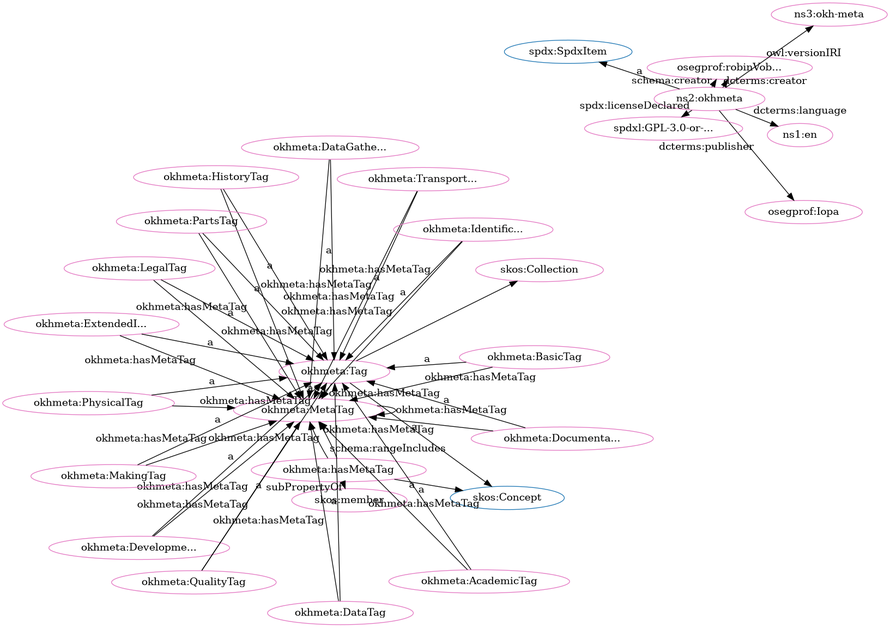
This is src/spec/fdp_okh-meta-clean.png from iop-alliance/OpenKnowHow, a Graphviz export, as it was before one commit. Its source is kept beside it as src/spec/fdp_okh-meta-clean.dot.
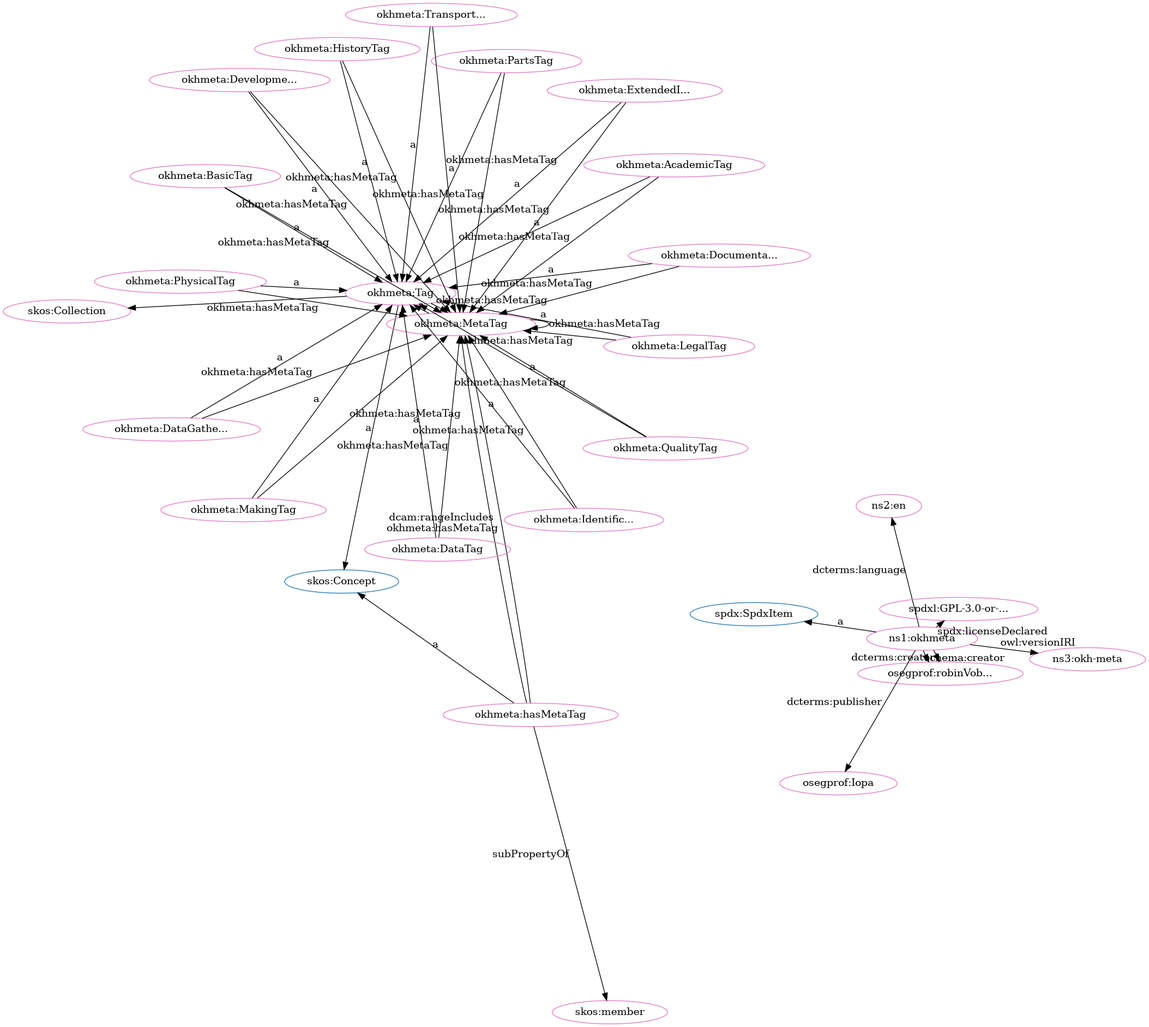
The same file after the commit.

What changed in the source:
```diff
@@ -2,80 +2,79 @@
   rankdir=BT
   node[height=.3]
 "http://w3id.org/oseg/ont/okhmeta#Tag" [fillcolor="#1f77b4" color="#1f77b4" label="okhmeta:Tag"]
+"http://www.w3.org/2004/02/skos/core#Collection" [fillcolor="#1f77b4" color="#1f77b4" label="skos:Collection"]
 "http://www.w3.org/2004/02/skos/core#Concept" [fillcolor="#1f77b4" color="#1f77b4" label="skos:Concept"]
-"http://w3id.org/oseg/ont/okhmeta#MetaTag" [fillcolor="#1f77b4" color="#1f77b4" label="okhmeta:MetaTag"]
 "http://spdx.org/rdf/terms#SpdxItem" [fillcolor="#1f77b4" color="#1f77b4" label="spdx:SpdxItem"]
-"http://www.w3.org/2004/02/skos/core#Collection" [fillcolor="#1f77b4" color="#1f77b4" label="skos:Collection"]
+"http://www.w3.org/2004/02/skos/core#Collection" [fillcolor="#e377c2" color="#e377c2" label="skos:Collection"]
+"http://w3id.org/oseg/ont/okhmeta#Tag" [fillcolor="#e377c2" color="#e377c2" label="okhmeta:Tag"]
+"http://w3id.org/oseg/ont/oseg-profiles#robinVobruba" [fillcolor="#e377c2" color="#e377c2" label="osegprof:robinVob..."]
+"http://w3id.org/oseg/ont/okhmeta#MetaTag" [fillcolor="#e377c2" color="#e377c2" label="okhmeta:MetaTag"]
+"http://w3id.org/oseg/ont/okhmeta#BasicTag" [fillcolor="#e377c2" color="#e377c2" label="okhmeta:BasicTag"]
+"http://w3id.org/oseg/ont/okhmeta#MakingTag" [fillcolor="#e377c2" color="#e377c2" label="okhmeta:MakingTag"]
+"http://w3id.org/oseg/ont/okhmeta#PhysicalTag" [fillcolor="#e377c2" color="#e377c2" label="okhmeta:PhysicalTag"]
+"http://w3id.org/oseg/ont/okhmeta#IdentificationTag" [fillcolor="#e377c2" color="#e377c2" label="okhmeta:Identific..."]
+"http://w3id.org/oseg/ont/okhmeta" [fillcolor="#e377c2" color="#e377c2" label="ns1:okhmeta"]
+"http://w3id.org/oseg/ont/okhmeta#hasMetaTag" [fillcolor="#e377c2" color="#e377c2" label="okhmeta:hasMetaTag"]
+"http://www.w3.org/2004/02/skos/core#member" [fillcolor="#e377c2" color="#e377c2" label="skos:member"]
+"http://w3id.org/oseg/ont/okhmeta#DataGatheringTag" [fillcolor="#e377c2" color="#e377c2" label="okhmeta:DataGathe..."]
 "http://w3id.org/oseg/ont/okhmeta#HistoryTag" [fillcolor="#e377c2" color="#e377c2" label="okhmeta:HistoryTag"]
-"http://w3id.org/oseg/ont/okhmeta#MetaTag" [fillcolor="#e377c2" color="#e377c2" label="okhmeta:MetaTag"]
-"http://www.w3.org/2004/02/skos/core#Collection" [fillcolor="#e377c2" color="#e377c2" label="skos:Collection"]
+"http://w3id.org/oseg/ont/okhmeta#DataTag" [fillcolor="#e377c2" color="#e377c2" label="okhmeta:DataTag"]
+"http://w3id.org/oseg/ont/okhmeta#PartsTag" [fillcolor="#e377c2" color="#e377c2" label="okhmeta:PartsTag"]
+"http://w3id.org/oseg/ont/okhmeta#DocumentationTag" [fillcolor="#e377c2" color="#e377c2" label="okhmeta:Documenta..."]
+"http://id.loc.gov/vocabulary/iso639-1/en" [fillcolor="#e377c2" color="#e377c2" label="ns2:en"]
+"http://w3id.org/oseg/ont/1.1.0/okh-meta" [fillcolor="#e377c2" color="#e377c2" label="ns3:okh-meta"]
+"http://w3id.org/oseg/ont/okhmeta#AcademicTag" [fillcolor="#e377c2" color="#e377c2" label="okhmeta:AcademicTag"]
+"http://spdx.org/licenses/GPL-3.0-or-later" [fillcolor="#e377c2" color="#e377c2" label="spdxl:GPL-3.0-or-..."]
+"http://w3id.org/oseg/ont/okhmeta#QualityTag" [fillcolor="#e377c2" color="#e377c2" label="okhmeta:QualityTag"]
 "http://w3id.org/oseg/ont/okhmeta#ExtendedInfoTag" [fillcolor="#e377c2" color="#e377c2" label="okhmeta:ExtendedI..."]
-"http://w3id.org/oseg/ont/okhmeta#Tag" [fillcolor="#e377c2" color="#e377c2" label="okhmeta:Tag"]
-"http://w3id.org/oseg/ont/okhmeta#hasMetaTag" [fillcolor="#e377c2" color="#e377c2" label="okhmeta:hasMetaTag"]
-"http://w3id.org/oseg/ont/okhmeta#DocumentationTag" [fillcolor="#e377c2" color="#e377c2" label="okhmeta:Documenta..."]
-"http://www.w3.org/2004/02/skos/core#member" [fillcolor="#e377c2" color="#e377c2" label="skos:member"]
-"http://w3id.org/oseg/ont/okhmeta#DataTag" [fillcolor="#e377c2" color="#e377c2" label="okhmeta:DataTag"]
+"http://w3id.org/oseg/ont/okhmeta#LegalTag" [fillcolor="#e377c2" color="#e377c2" label="okhmeta:LegalTag"]
 "http://w3id.org/oseg/ont/okhmeta#DevelopmentTag" [fillcolor="#e377c2" color="#e377c2" label="okhmeta:Developme..."]
 "http://w3id.org/oseg/ont/oseg-profiles#Iopa" [fillcolor="#e377c2" color="#e377c2" label="osegprof:Iopa"]
-"http://w3id.org/oseg/ont/okhmeta#LegalTag" [fillcolor="#e377c2" color="#e377c2" label="okhmeta:LegalTag"]
-"http://w3id.org/oseg/ont/okhmeta#DataGatheringTag" [fillcolor="#e377c2" color="#e377c2" label="okhmeta:DataGathe..."]
-"http://id.loc.gov/vocabulary/iso639-1/en" [fillcolor="#e377c2" color="#e377c2" label="ns1:en"]
 "http://w3id.org/oseg/ont/okhmeta#TransportationTag" [fillcolor="#e377c2" color="#e377c2" label="okhmeta:Transport..."]
-"http://w3id.org/oseg/ont/oseg-profiles#robinVobruba" [fillcolor="#e377c2" color="#e377c2" label="osegprof:robinVob..."]
-"http://w3id.org/oseg/ont/okhmeta" [fillcolor="#e377c2" color="#e377c2" label="ns2:okhmeta"]
-"http://w3id.org/oseg/ont/1.1.0/okh-meta" [fillcolor="#e377c2" color="#e377c2" label="ns3:okh-meta"]
-"http://w3id.org/oseg/ont/okhmeta#IdentificationTag" [fillcolor="#e377c2" color="#e377c2" label="okhmeta:Identific..."]
-"http://w3id.org/oseg/ont/okhmeta#MakingTag" [fillcolor="#e377c2" color="#e377c2" label="okhmeta:MakingTag"]
-"http://w3id.org/oseg/ont/okhmeta#AcademicTag" [fillcolor="#e377c2" color="#e377c2" label="okhmeta:AcademicTag"]
-"http://w3id.org/oseg/ont/okhmeta#PartsTag" [fillcolor="#e377c2" color="#e377c2" label="okhmeta:PartsTag"]
-"http://w3id.org/oseg/ont/okhmeta#PhysicalTag" [fillcolor="#e377c2" color="#e377c2" label="okhmeta:PhysicalTag"]
-"http://spdx.org/licenses/GPL-3.0-or-later" [fillcolor="#e377c2" color="#e377c2" label="spdxl:GPL-3.0-or-..."]
-"http://w3id.org/oseg/ont/okhmeta#BasicTag" [fillcolor="#e377c2" color="#e377c2" label="okhmeta:BasicTag"]
-"http://w3id.org/oseg/ont/okhmeta#QualityTag" [fillcolor="#e377c2" color="#e377c2" label="okhmeta:QualityTag"]
+  "http://w3id.org/oseg/ont/okhmeta#Tag" -> "http://www.w3.org/2004/02/skos/core#Collection" [label=""]
+  "http://w3id.org/oseg/ont/okhmeta#Tag" -> "http://www.w3.org/2004/02/skos/core#Concept" [label="a"]
+  "http://w3id.org/oseg/ont/okhmeta#MakingTag" -> "http://w3id.org/oseg/ont/okhmeta#MetaTag" [label="okhmeta:hasMetaTag"]
+  "http://w3id.org/oseg/ont/okhmeta#BasicTag" -> "http://w3id.org/oseg/ont/okhmeta#Tag" [label="a"]
+  "http://w3id.org/oseg/ont/okhmeta#AcademicTag" -> "http://w3id.org/oseg/ont/okhmeta#MetaTag" [label="okhmeta:hasMetaTag"]
+  "http://w3id.org/oseg/ont/okhmeta#PhysicalTag" -> "http://w3id.org/oseg/ont/okhmeta#Tag" [label="a"]
+  "http://w3id.org/oseg/ont/okhmeta#IdentificationTag" -> "http://w3id.org/oseg/ont/okhmeta#Tag" [label="a"]
+  "http://w3id.org/oseg/ont/okhmeta#MetaTag" -> "http://w3id.org/oseg/ont/okhmeta#MetaTag" [label="okhmeta:hasMetaTag"]
+  "http://w3id.org/oseg/ont/okhmeta#LegalTag" -> "http://w3id.org/oseg/ont/okhmeta#MetaTag" [label="okhmeta:hasMetaTag"]
+  "http://w3id.org/oseg/ont/okhmeta#hasMetaTag" -> "http://www.w3.org/2004/02/skos/core#member" [label="subPropertyOf"]
+  "http://w3id.org/oseg/ont/okhmeta#DataTag" -> "http://w3id.org/oseg/ont/okhmeta#MetaTag" [label="okhmeta:hasMetaTag"]
   "http://w3id.org/oseg/ont/okhmeta#HistoryTag" -> "http://w3id.org/oseg/ont/okhmeta#Tag" [label="a"]
+  "http://w3id.org/oseg/ont/okhmeta#DataTag" -> "http://w3id.org/oseg/ont/okhmeta#Tag" [label="a"]
+  "http://w3id.org/oseg/ont/okhmeta#hasMetaTag" -> "http://w3id.org/oseg/ont/okhmeta#MetaTag" [label="dcam:rangeIncludes"]
+  "http://w3id.org/oseg/ont/okhmeta#DocumentationTag" -> "http://w3id.org/oseg/ont/okhmeta#MetaTag" [label="okhmeta:hasMetaTag"]
+  "http://w3id.org/oseg/ont/okhmeta#BasicTag" -> "http://w3id.org/oseg/ont/okhmeta#MetaTag" [label="okhmeta:hasMetaTag"]
+  "http://w3id.org/oseg/ont/okhmeta" -> "http://id.loc.gov/vocabulary/iso639-1/en" [label="dcterms:language"]
+  "http://w3id.org/oseg/ont/okhmeta#PhysicalTag" -> "http://w3id.org/oseg/ont/okhmeta#MetaTag" [label="okhmeta:hasMetaTag"]
+  "http://w3id.org/oseg/ont/okhmeta" -> "http://spdx.org/licenses/GPL-3.0-or-later" [label="spdx:licenseDeclared"]
+  "http://w3id.org/oseg/ont/okhmeta#QualityTag" -> "http://w3id.org/oseg/ont/okhmeta#MetaTag" [label="okhmeta:hasMetaTag"]
+  "http://w3id.org/oseg/ont/okhmeta#hasMetaTag" -> "http://www.w3.org/2004/02/skos/core#Concept" [label="a"]
+  "http://w3id.org/oseg/ont/okhmeta#ExtendedInfoTag" -> "http://w3id.org/oseg/ont/okhmeta#Tag" [label="a"]
+  "http://w3id.org/oseg/ont/okhmeta" -> "http://spdx.org/rdf/terms#SpdxItem" [label="a"]
+  "http://w3id.org/oseg/ont/okhmeta#LegalTag" -> "http://w3id.org/oseg/ont/okhmeta#Tag" [label="a"]
+  "http://w3id.org/oseg/ont/okhmeta#DevelopmentTag" -> "http://w3id.org/oseg/ont/okhmeta#Tag" [label="a"]
+  "http://w3id.org/oseg/ont/okhmeta#TransportationTag" -> "http://w3id.org/oseg/ont/okhmeta#MetaTag" [label="okhmeta:hasMetaTag"]
+  "http://w3id.org/oseg/ont/okhmeta" -> "http://w3id.org/oseg/ont/oseg-profiles#robinVobruba" [label="dcterms:creator"]
+  "http://w3id.org/oseg/ont/okhmeta#MakingTag" -> "http://w3id.org/oseg/ont/okhmeta#Tag" [label="a"]
   "http://w3id.org/oseg/ont/okhmeta#Tag" -> "http://w3id.org/oseg/ont/okhmeta#MetaTag" [label="okhmeta:hasMetaTag"]
-  "http://w3id.org/oseg/ont/okhmeta#Tag" -> "http://www.w3.org/2004/02/skos/core#Collection" [label=""]
-  "http://w3id.org/oseg/ont/okhmeta#IdentificationTag" -> "http://w3id.org/oseg/ont/okhmeta#MetaTag" [label="okhmeta:hasMetaTag"]
-  "http://w3id.org/oseg/ont/okhmeta#Tag" -> "http://www.w3.org/2004/02/skos/core#Concept" [label="a"]
-  "http://w3id.org/oseg/ont/okhmeta#hasMetaTag" -> "http://www.w3.org/2004/02/skos/core#Concept" [label="a"]
+  "http://w3id.org/oseg/ont/okhmeta#DataGatheringTag" -> "http://w3id.org/oseg/ont/okhmeta#MetaTag" [label="okhmeta:hasMetaTag"]
+  "http://w3id.org/oseg/ont/okhmeta" -> "http://w3id.org/oseg/ont/oseg-profiles#robinVobruba" [label="schema:creator"]
+  "http://w3id.org/oseg/ont/okhmeta#HistoryTag" -> "http://w3id.org/oseg/ont/okhmeta#MetaTag" [label="okhmeta:hasMetaTag"]
+  "http://w3id.org/oseg/ont/okhmeta#DataGatheringTag" -> "http://w3id.org/oseg/ont/okhmeta#Tag" [label="a"]
   "http://w3id.org/oseg/ont/okhmeta#DevelopmentTag" -> "http://w3id.org/oseg/ont/okhmeta#MetaTag" [label="okhmeta:hasMetaTag"]
-  "http://w3id.org/oseg/ont/okhmeta#DevelopmentTag" -> "http://w3id.org/oseg/ont/okhmeta#Tag" [label="a"]
-  "http://w3id.org/oseg/ont/okhmeta#LegalTag" -> "http://w3id.org/oseg/ont/okhmeta#Tag" [label="a"]
-  "http://w3id.org/oseg/ont/okhmeta#TransportationTag" -> "http://w3id.org/oseg/ont/okhmeta#Tag" [label="a"]
-  "http://w3id.org/oseg/ont/okhmeta#QualityTag" -> "http://w3id.org/oseg/ont/okhmeta#MetaTag" [label="okhmeta:hasMetaTag"]
-  "http://w3id.org/oseg/ont/okhmeta#hasMetaTag" -> "http://w3id.org/oseg/ont/okhmeta#MetaTag" [label="okhmeta:hasMetaTag"]
+  "http://w3id.org/oseg/ont/okhmeta#PartsTag" -> "http://w3id.org/oseg/ont/okhmeta#Tag" [label="a"]
+  "http://w3id.org/oseg/ont/okhmeta#DocumentationTag" -> "http://w3id.org/oseg/ont/okhmeta#Tag" [label="a"]
+  "http://w3id.org/oseg/ont/okhmeta" -> "http://w3id.org/oseg/ont/1.1.0/okh-meta" [label="owl:versionIRI"]
+  "http://w3id.org/oseg/ont/okhmeta#AcademicTag" -> "http://w3id.org/oseg/ont/okhmeta#Tag" [label="a"]
   "http://w3id.org/oseg/ont/okhmeta#ExtendedInfoTag" -> "http://w3id.org/oseg/ont/okhmeta#MetaTag" [label="okhmeta:hasMetaTag"]
-  "http://w3id.org/oseg/ont/okhmeta" -> "http://spdx.org/rdf/terms#SpdxItem" [label="a"]
-  "http://w3id.org/oseg/ont/okhmeta#IdentificationTag" -> "http://w3id.org/oseg/ont/okhmeta#Tag" [label="a"]
-  "http://w3id.org/oseg/ont/okhmeta#AcademicTag" -> "http://w3id.org/oseg/ont/okhmeta#MetaTag" [label="okhmeta:hasMetaTag"]
-  "http://w3id.org/oseg/ont/okhmeta#AcademicTag" -> "http://w3id.org/oseg/ont/okhmeta#Tag" [label="a"]
-  "http://w3id.org/oseg/ont/okhmeta#DataTag" -> "http://w3id.org/oseg/ont/okhmeta#MetaTag" [label="okhmeta:hasMetaTag"]
-  "http://w3id.org/oseg/ont/okhmeta#DataGatheringTag" -> "http://w3id.org/oseg/ont/okhmeta#MetaTag" [label="okhmeta:hasMetaTag"]
-  "http://w3id.org/oseg/ont/okhmeta#MetaTag" -> "http://w3id.org/oseg/ont/okhmeta#MetaTag" [label="okhmeta:hasMetaTag"]
   "http://w3id.org/oseg/ont/okhmeta#QualityTag" -> "http://w3id.org/oseg/ont/okhmeta#Tag" [label="a"]
   "http://w3id.org/oseg/ont/okhmeta#MetaTag" -> "http://w3id.org/oseg/ont/okhmeta#Tag" [label="a"]
-  "http://w3id.org/oseg/ont/okhmeta#ExtendedInfoTag" -> "http://w3id.org/oseg/ont/okhmeta#Tag" [label="a"]
-  "http://w3id.org/oseg/ont/okhmeta#DocumentationTag" -> "http://w3id.org/oseg/ont/okhmeta#MetaTag" [label="okhmeta:hasMetaTag"]
-  "http://w3id.org/oseg/ont/okhmeta#DocumentationTag" -> "http://w3id.org/oseg/ont/okhmeta#Tag" [label="a"]
-  "http://w3id.org/oseg/ont/okhmeta#hasMetaTag" -> "http://www.w3.org/2004/02/skos/core#member" [label="subPropertyOf"]
-  "http://w3id.org/oseg/ont/okhmeta#DataTag" -> "http://w3id.org/oseg/ont/okhmeta#Tag" [label="a"]
+  "http://w3id.org/oseg/ont/okhmeta#PartsTag" -> "http://w3id.org/oseg/ont/okhmeta#MetaTag" [label="okhmeta:hasMetaTag"]
+  "http://w3id.org/oseg/ont/okhmeta#hasMetaTag" -> "http://w3id.org/oseg/ont/okhmeta#MetaTag" [label="okhmeta:hasMetaTag"]
   "http://w3id.org/oseg/ont/okhmeta" -> "http://w3id.org/oseg/ont/oseg-profiles#Iopa" [label="dcterms:publisher"]
-  "http://w3id.org/oseg/ont/okhmeta#PhysicalTag" -> "http://w3id.org/oseg/ont/okhmeta#MetaTag" [label="okhmeta:hasMetaTag"]
-  "http://w3id.org/oseg/ont/okhmeta#PartsTag" -> "http://w3id.org/oseg/ont/okhmeta#MetaTag" [label="okhmeta:hasMetaTag"]
-  "http://w3id.org/oseg/ont/okhmeta#DataGatheringTag" -> "http://w3id.org/oseg/ont/okhmeta#Tag" [label="a"]
-  "http://w3id.org/oseg/ont/okhmeta" -> "http://id.loc.gov/vocabulary/iso639-1/en" [label="dcterms:language"]
-  "http://w3id.org/oseg/ont/okhmeta#BasicTag" -> "http://w3id.org/oseg/ont/okhmeta#MetaTag" [label="okhmeta:hasMetaTag"]
-  "http://w3id.org/oseg/ont/okhmeta" -> "http://w3id.org/oseg/ont/oseg-profiles#robinVobruba" [label="schema:creator"]
-  "http://w3id.org/oseg/ont/okhmeta" -> "http://w3id.org/oseg/ont/oseg-profiles#robinVobruba" [label="dcterms:creator"]
-  "http://w3id.org/oseg/ont/okhmeta#hasMetaTag" -> "http://w3id.org/oseg/ont/okhmeta#MetaTag" [label="schema:rangeIncludes"]
-  "http://w3id.org/oseg/ont/okhmeta#MakingTag" -> "http://w3id.org/oseg/ont/okhmeta#MetaTag" [label="okhmeta:hasMetaTag"]
-  "http://w3id.org/oseg/ont/okhmeta" -> "http://w3id.org/oseg/ont/1.1.0/okh-meta" [label="owl:versionIRI"]
-  "http://w3id.org/oseg/ont/okhmeta#HistoryTag" -> "http://w3id.org/oseg/ont/okhmeta#MetaTag" [label="okhmeta:hasMetaTag"]
-  "http://w3id.org/oseg/ont/okhmeta#LegalTag" -> "http://w3id.org/oseg/ont/okhmeta#MetaTag" [label="okhmeta:hasMetaTag"]
-  "http://w3id.org/oseg/ont/okhmeta#PartsTag" -> "http://w3id.org/oseg/ont/okhmeta#Tag" [label="a"]
-  "http://w3id.org/oseg/ont/okhmeta#PhysicalTag" -> "http://w3id.org/oseg/ont/okhmeta#Tag" [label="a"]
-  "http://w3id.org/oseg/ont/okhmeta" -> "http://spdx.org/licenses/GPL-3.0-or-later" [label="spdx:licenseDeclared"]
-  "http://w3id.org/oseg/ont/okhmeta#BasicTag" -> "http://w3id.org/oseg/ont/okhmeta#Tag" [label="a"]
-  "http://w3id.org/oseg/ont/okhmeta#TransportationTag" -> "http://w3id.org/oseg/ont/okhmeta#MetaTag" [label="okhmeta:hasMetaTag"]
-  "http://w3id.org/oseg/ont/okhmeta#MakingTag" -> "http://w3id.org/oseg/ont/okhmeta#Tag" [label="a"]
+  "http://w3id.org/oseg/ont/okhmeta#IdentificationTag" -> "http://w3id.org/oseg/ont/okhmeta#MetaTag" [label="okhmeta:hasMetaTag"]
+  "http://w3id.org/oseg/ont/okhmeta#TransportationTag" -> "http://w3id.org/oseg/ont/okhmeta#Tag" [label="a"]
 }
```
